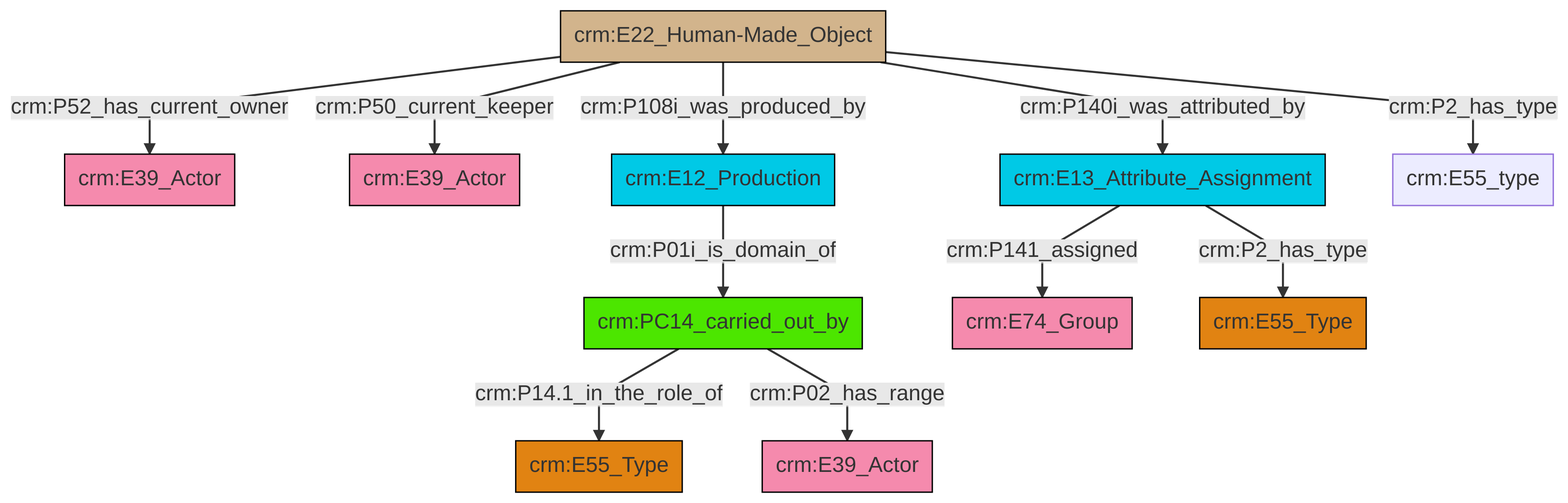
swiss-art-research-net/docs.swissartresearch keeps this Mermaid diagram as et/artworkCSV/ttl/mmd/png/Artwork_Actor_Relations.png. Above is the earlier version. Its source is kept beside it as et/artworkCSV/ttl/mmd/Artwork_Actor_Relations.ttl.mmd.
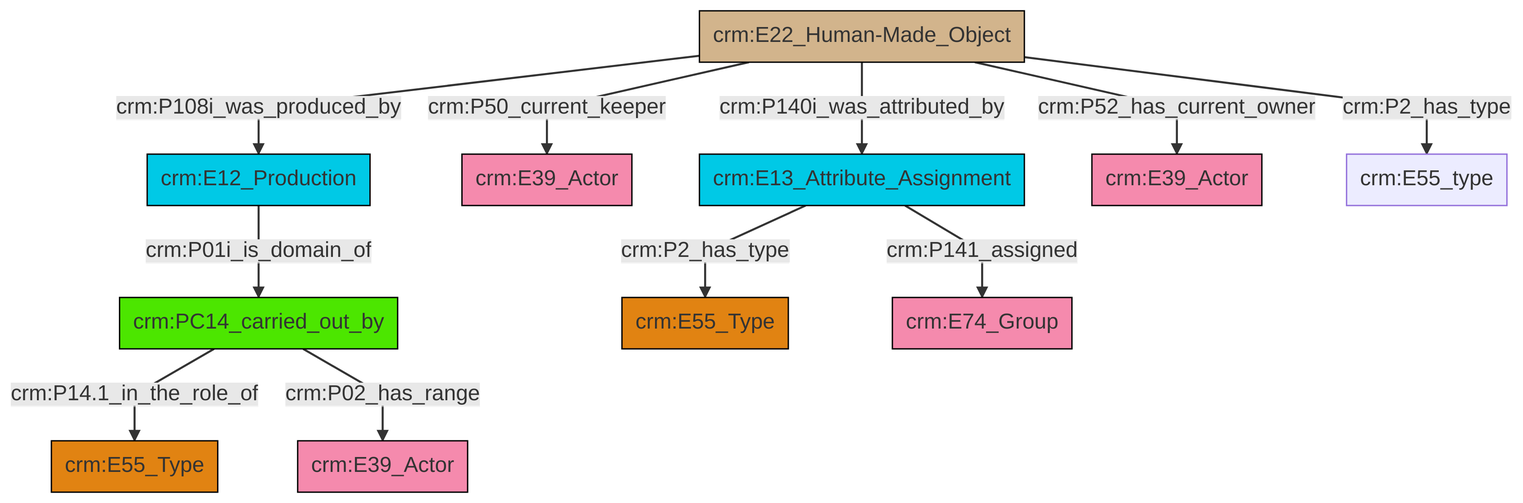
Later version of the same file.

Diff of the diagram source:
```diff
@@ -13,13 +13,13 @@
 classDef PC_Classes fill:#4ce600, stroke:#000000;
 classDef Multi fill:#cccccc,stroke:#000000;
 
-0["crm:E22_Human-Made_Object"]:::Physical_Thing -->|crm:P52_has_current_owner| 1["crm:E39_Actor"]:::Actor
-0["crm:E22_Human-Made_Object"]:::Physical_Thing -->|crm:P50_current_keeper| 2["crm:E39_Actor"]:::Actor
-3["crm:E13_Attribute_Assignment"]:::Temporal_Entity -->|crm:P141_assigned| 9["crm:E74_Group"]:::Actor
-0["crm:E22_Human-Made_Object"]:::Physical_Thing -->|crm:P108i_was_produced_by| 11["crm:E12_Production"]:::Temporal_Entity
-3["crm:E13_Attribute_Assignment"]:::Temporal_Entity -->|crm:P2_has_type| 14["crm:E55_Type"]:::Type
-0["crm:E22_Human-Made_Object"]:::Physical_Thing -->|crm:P2_has_type| 16["crm:E55_type"]:::Default
-5["crm:PC14_carried_out_by"]:::PC_Classes -->|crm:P14.1_in_the_role_of| 12["crm:E55_Type"]:::Type
-11["crm:E12_Production"]:::Temporal_Entity -->|crm:P01i_is_domain_of| 5["crm:PC14_carried_out_by"]:::PC_Classes
-5["crm:PC14_carried_out_by"]:::PC_Classes -->|crm:P02_has_range| 7["crm:E39_Actor"]:::Actor
-0["crm:E22_Human-Made_Object"]:::Physical_Thing -->|crm:P140i_was_attributed_by| 3["crm:E13_Attribute_Assignment"]:::Temporal_Entity
+0["crm:PC14_carried_out_by"]:::PC_Classes -->|crm:P14.1_in_the_role_of| 1["crm:E55_Type"]:::Type
+2["crm:E22_Human-Made_Object"]:::Physical_Thing -->|crm:P108i_was_produced_by| 3["crm:E12_Production"]:::Temporal_Entity
+0["crm:PC14_carried_out_by"]:::PC_Classes -->|crm:P02_has_range| 4["crm:E39_Actor"]:::Actor
+2["crm:E22_Human-Made_Object"]:::Physical_Thing -->|crm:P50_current_keeper| 5["crm:E39_Actor"]:::Actor
+2["crm:E22_Human-Made_Object"]:::Physical_Thing -->|crm:P140i_was_attributed_by| 8["crm:E13_Attribute_Assignment"]:::Temporal_Entity
+2["crm:E22_Human-Made_Object"]:::Physical_Thing -->|crm:P52_has_current_owner| 13["crm:E39_Actor"]:::Actor
+3["crm:E12_Production"]:::Temporal_Entity -->|crm:P01i_is_domain_of| 0["crm:PC14_carried_out_by"]:::PC_Classes
+2["crm:E22_Human-Made_Object"]:::Physical_Thing -->|crm:P2_has_type| 15["crm:E55_type"]:::Default
+8["crm:E13_Attribute_Assignment"]:::Temporal_Entity -->|crm:P2_has_type| 6["crm:E55_Type"]:::Type
+8["crm:E13_Attribute_Assignment"]:::Temporal_Entity -->|crm:P141_assigned| 18["crm:E74_Group"]:::Actor
```
